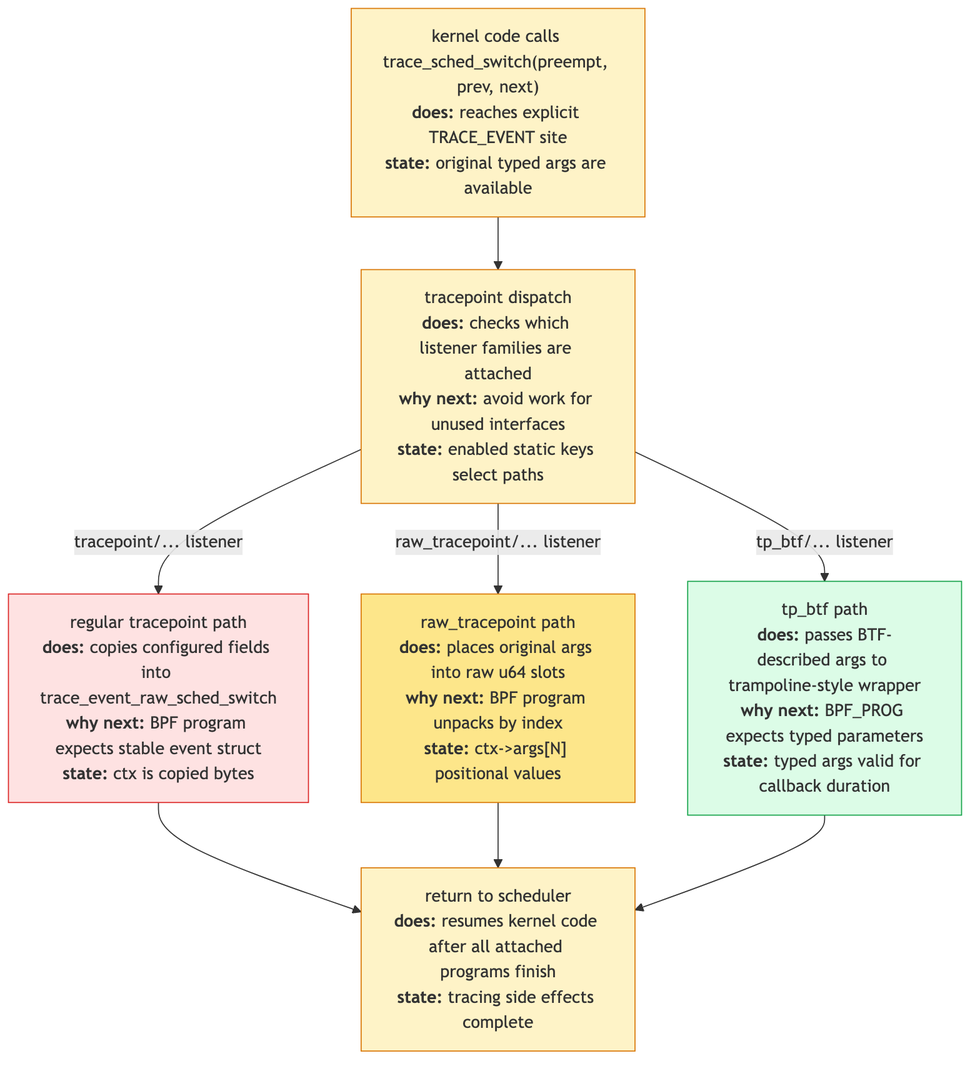
The Mermaid diagram ebpf/src/diagrams/day08_dispatch.png in biefy/books, before a commit. Its source is kept beside it as ebpf/src/diagrams/src/day08_dispatch.mmd.
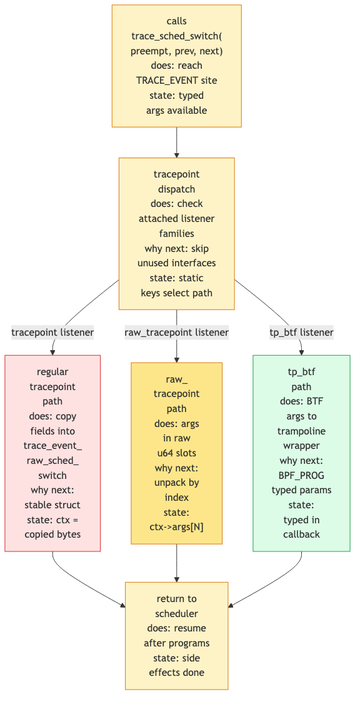
The same file after the commit.

Diff of the diagram source:
```diff
@@ -1,15 +1,15 @@
 flowchart TD
-    Call["kernel code calls trace_sched_switch(preempt, prev, next)<br/><b>does:</b> reaches explicit TRACE_EVENT site<br/><b>state:</b> original typed args are available"]
-    Gate["tracepoint dispatch<br/><b>does:</b> checks which listener families are attached<br/><b>why next:</b> avoid work for unused interfaces<br/><b>state:</b> enabled static keys select paths"]
-    Copy["regular tracepoint path<br/><b>does:</b> copies configured fields into trace_event_raw_sched_switch<br/><b>why next:</b> BPF program expects stable event struct<br/><b>state:</b> ctx is copied bytes"]
-    Raw["raw_tracepoint path<br/><b>does:</b> places original args into raw u64 slots<br/><b>why next:</b> BPF program unpacks by index<br/><b>state:</b> ctx->args[N] positional values"]
-    BTF["tp_btf path<br/><b>does:</b> passes BTF-described args to trampoline-style wrapper<br/><b>why next:</b> BPF_PROG expects typed parameters<br/><b>state:</b> typed args valid for callback duration"]
-    Return["return to scheduler<br/><b>does:</b> resumes kernel code after all attached programs finish<br/><b>state:</b> tracing side effects complete"]
+    Call["calls<br/>trace_sched_switch(<br/>preempt, prev, next)<br/>does: reach<br/>TRACE_EVENT site<br/>state: typed<br/>args available"]
+    Gate["tracepoint<br/>dispatch<br/>does: check<br/>attached listener<br/>families<br/>why next: skip<br/>unused interfaces<br/>state: static<br/>keys select path"]
+    Copy["regular<br/>tracepoint<br/>path<br/>does: copy<br/>fields into<br/>trace_event_<br/>raw_sched_<br/>switch<br/>why next:<br/>stable struct<br/>state: ctx =<br/>copied bytes"]
+    Raw["raw_<br/>tracepoint<br/>path<br/>does: args<br/>in raw<br/>u64 slots<br/>why next:<br/>unpack by<br/>index<br/>state:<br/>ctx->args[N]"]
+    BTF["tp_btf<br/>path<br/>does: BTF<br/>args to<br/>trampoline<br/>wrapper<br/>why next:<br/>BPF_PROG<br/>typed params<br/>state:<br/>typed in<br/>callback"]
+    Return["return to<br/>scheduler<br/>does: resume<br/>after programs<br/>state: side<br/>effects done"]
 
     Call --> Gate
-    Gate -->|tracepoint/... listener| Copy --> Return
-    Gate -->|raw_tracepoint/... listener| Raw --> Return
-    Gate -->|tp_btf/... listener| BTF --> Return
+    Gate -->|tracepoint listener| Copy --> Return
+    Gate -->|raw_tracepoint listener| Raw --> Return
+    Gate -->|tp_btf listener| BTF --> Return
 
     classDef kern fill:#fef3c7,stroke:#d97706
     classDef regular fill:#fee2e2,stroke:#dc2626
```
